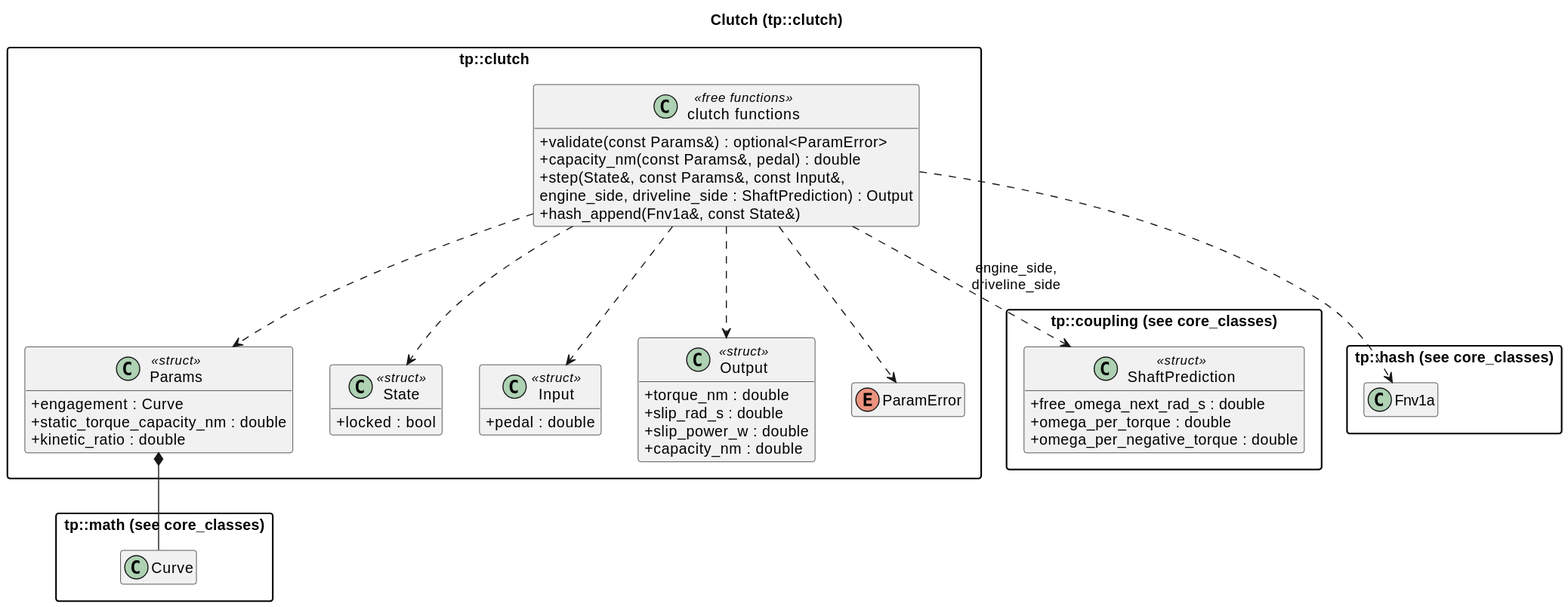
Earlier version of the PlantUML export docs/diagrams/svg/clutch_classes.svg (wversteeg/TractorPulling).
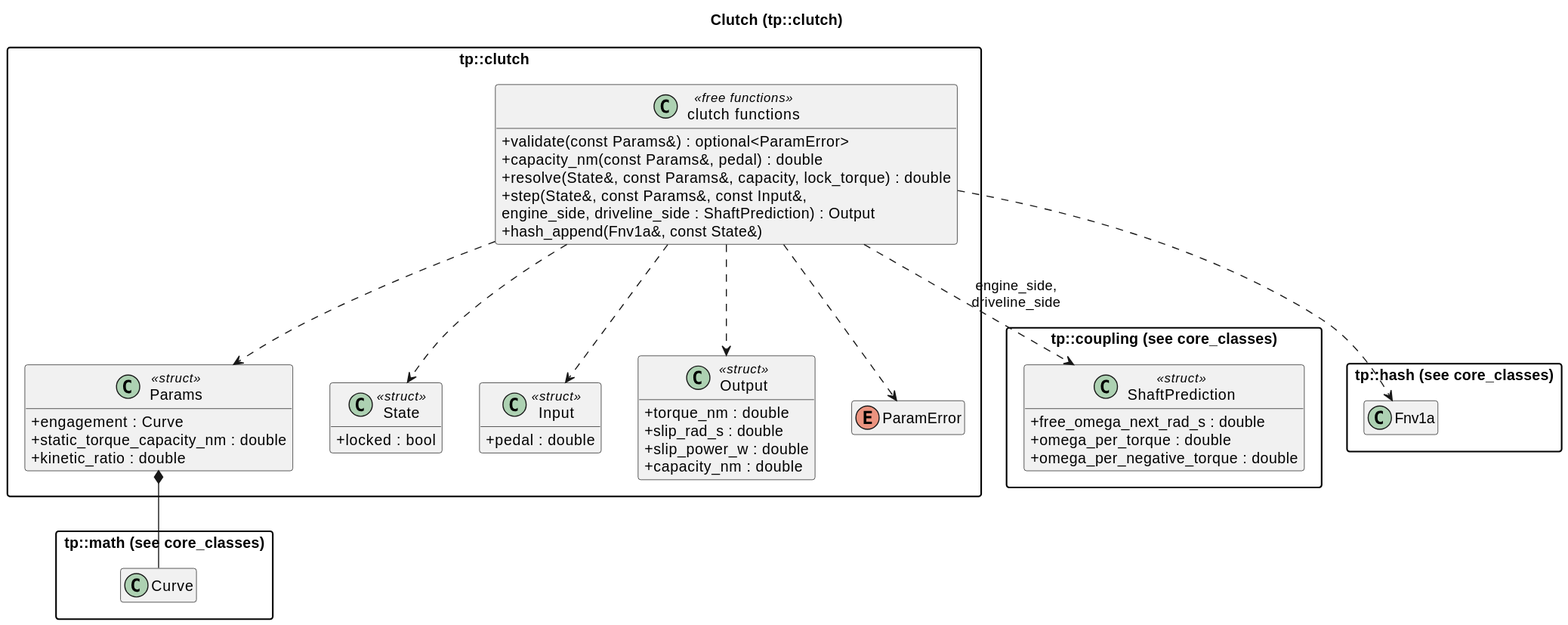
After the commit.

Diff of the diagram source:
```diff
@@ -40,6 +40,7 @@
     class "clutch functions" as ClutchFns <<free functions>> {
       +validate(const Params&) : optional<ParamError>
       +capacity_nm(const Params&, pedal) : double
+      +resolve(State&, const Params&, capacity, lock_torque) : double
       +step(State&, const Params&, const Input&,
             engine_side, driveline_side : ShaftPrediction) : Output
       +hash_append(Fnv1a&, const State&)
```
